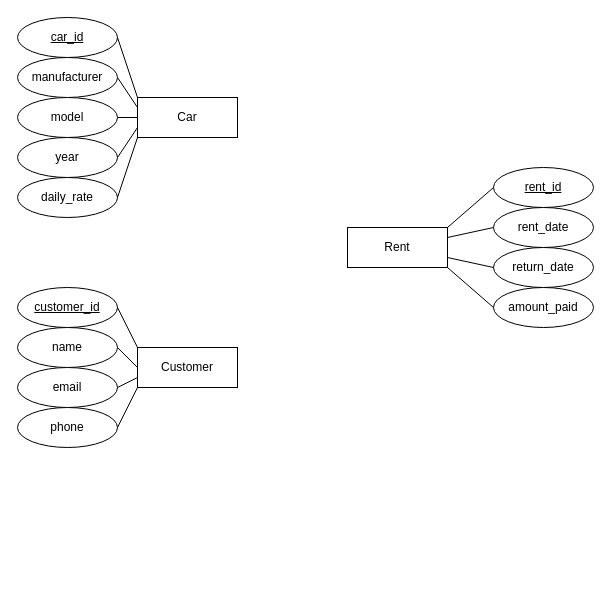
tomas6446/dbvs keeps this draw.io diagram as 2 lab/ER model.drawio. Above is the earlier version. Source tidied: cells renumbered, new cells numbered last; positions are measured from the earlier drawing's top-left corner, leaving out a move shared by most shapes. Both pictures are drawn from the tidied source at 100%, with x=0, y=0 at pixel (17, 17).
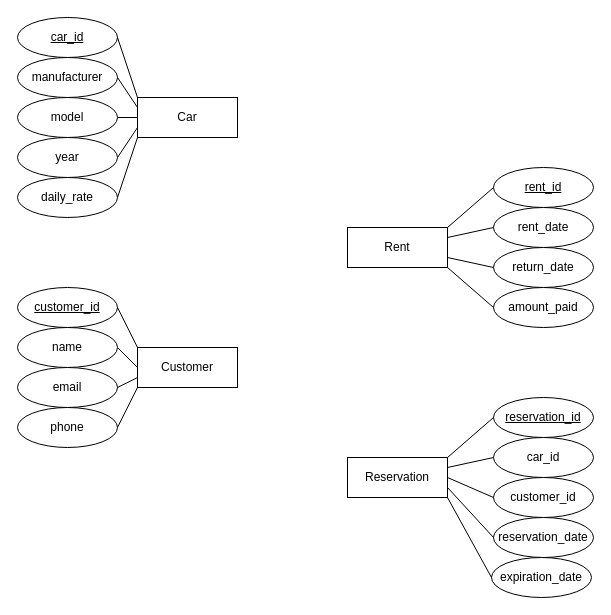
Above is the later version.

What changed in the source:
```diff
@@
+    <mxCell id="31" value="Reservation" style="whiteSpace=wrap;html=1;align=center;" parent="1" vertex="1">
+      <mxGeometry x="330" y="440" width="100" height="40" as="geometry" />
+    </mxCell>
+    <mxCell id="32" value="reservation_id" style="ellipse;whiteSpace=wrap;html=1;align=center;fontStyle=4;" parent="1" vertex="1">
+      <mxGeometry x="476" y="380" width="100" height="40" as="geometry" />
+    </mxCell>
+    <mxCell id="33" value="car_id" style="ellipse;whiteSpace=wrap;html=1;align=center;" parent="1" vertex="1">
+      <mxGeometry x="476" y="420" width="100" height="40" as="geometry" />
+    </mxCell>
+    <mxCell id="34" value="customer_id" style="ellipse;whiteSpace=wrap;html=1;align=center;" parent="1" vertex="1">
+      <mxGeometry x="476" y="460" width="100" height="40" as="geometry" />
+    </mxCell>
+    <mxCell id="35" value="reservation_date" style="ellipse;whiteSpace=wrap;html=1;align=center;" parent="1" vertex="1">
+      <mxGeometry x="476" y="500" width="100" height="40" as="geometry" />
+    </mxCell>
+    <mxCell id="36" style="endArrow=none;html=1;rounded=0;exitX=0;exitY=0.5;exitDx=0;exitDy=0;entryX=1;entryY=0.75;entryDx=0;entryDy=0;" parent="1" edge="1" source="35" target="31">
+      <mxGeometry relative="1" as="geometry" />
+    </mxCell>
+    <mxCell id="37" style="endArrow=none;html=1;rounded=0;exitX=0;exitY=0.5;exitDx=0;exitDy=0;entryX=1;entryY=0.5;entryDx=0;entryDy=0;" parent="1" edge="1" source="34" target="31">
+      <mxGeometry relative="1" as="geometry" />
+    </mxCell>
+    <mxCell id="38" style="endArrow=none;html=1;rounded=0;exitX=0;exitY=0.5;exitDx=0;exitDy=0;entryX=1;entryY=0.25;entryDx=0;entryDy=0;" parent="1" edge="1" source="33" target="31">
+      <mxGeometry relative="1" as="geometry" />
+    </mxCell>
+    <mxCell id="39" style="endArrow=none;html=1;rounded=0;exitX=0;exitY=0.5;exitDx=0;exitDy=0;entryX=1;entryY=0;entryDx=0;entryDy=0;" parent="1" edge="1" source="32" target="31">
+      <mxGeometry relative="1" as="geometry" />
+    </mxCell>
+    <mxCell id="40" value="expiration_date" style="ellipse;whiteSpace=wrap;html=1;align=center;" parent="1" vertex="1">
+      <mxGeometry x="474" y="540" width="100" height="40" as="geometry" />
+    </mxCell>
+    <mxCell id="41" style="endArrow=none;html=1;rounded=0;exitX=0;exitY=0.5;exitDx=0;exitDy=0;" parent="1" edge="1" source="40">
+      <mxGeometry relative="1" as="geometry">
+        <mxPoint x="430" y="480" as="targetPoint" />
+      </mxGeometry>
+    </mxCell>
```
